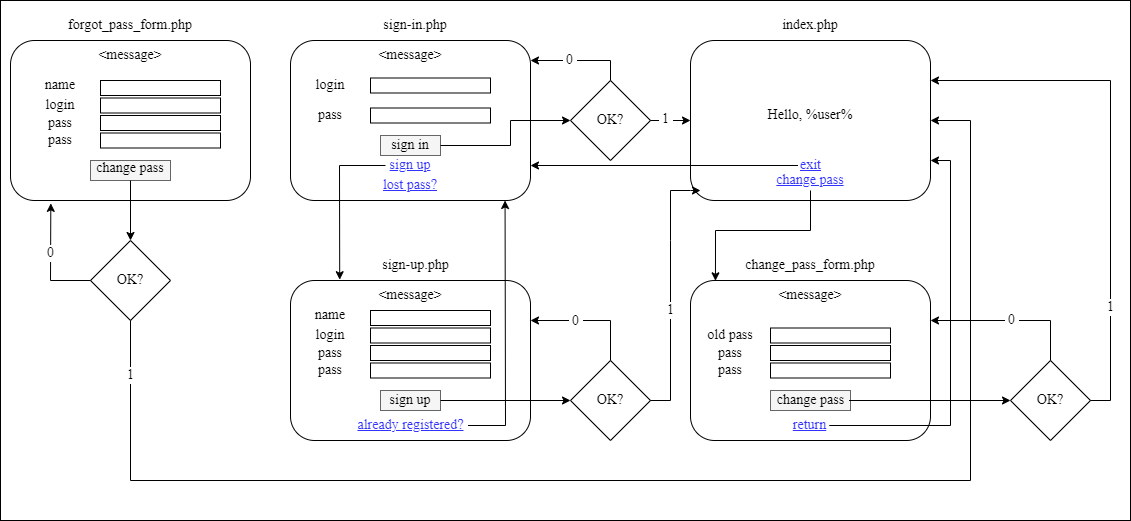
Earlier version of the draw.io export интерфейс.png (AlDmitrieva/lab-1-auth-). Source tidied: cells renumbered, new cells last; positions are measured from the earlier drawing's top-left corner, leaving out a move shared by most shapes.
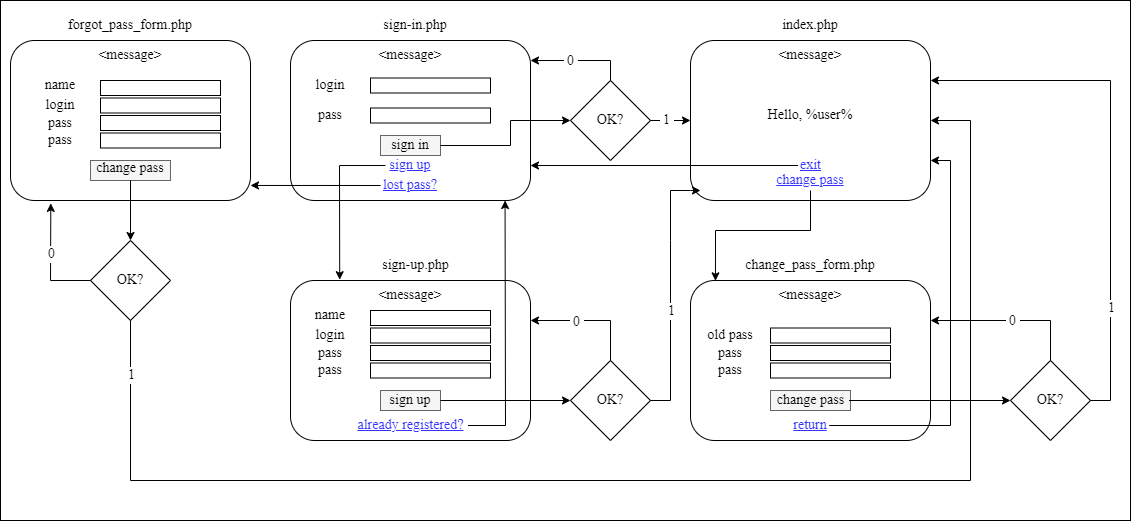
After the change.

Diff of the diagram source:
```diff
@@ -322,5 +322,11 @@
         </Array>
       </mxGeometry>
     </mxCell>
+    <mxCell id="88" style="endArrow=classic;html=1;rounded=0;exitX=0;exitY=0.5;exitDx=0;exitDy=0;entryX=1;entryY=0.906;entryDx=0;entryDy=0;entryPerimeter=0;" parent="1" edge="1" source="11" target="49">
+      <mxGeometry relative="1" as="geometry" />
+    </mxCell>
+    <mxCell id="89" value="&lt;font style=&quot;font-size: 14px;&quot; face=&quot;Times New Roman&quot;&gt;&amp;lt;message&amp;gt;&lt;/font&gt;" style="text;html=1;strokeColor=none;fillColor=none;align=center;verticalAlign=middle;whiteSpace=wrap;rounded=0;" parent="1" vertex="1">
+      <mxGeometry x="780" y="40" width="60" height="30" as="geometry" />
+    </mxCell>
   </root>
 </mxGraphModel>
```
